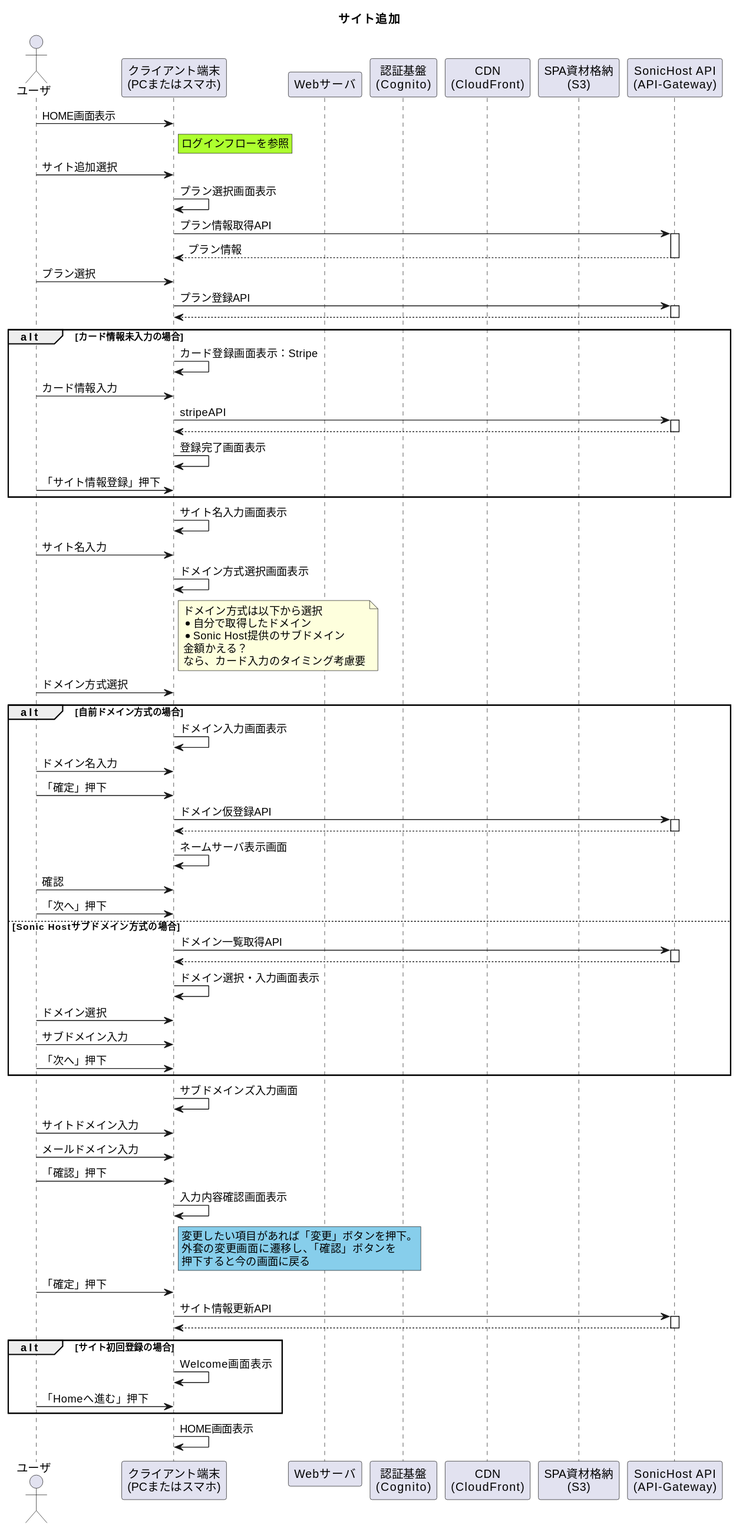
Above: 01_Sequences/04_SiteRegistration/01_AddSite/addSiteFlow.svg in Sonic-Host/documents (PlantUML), before the change.
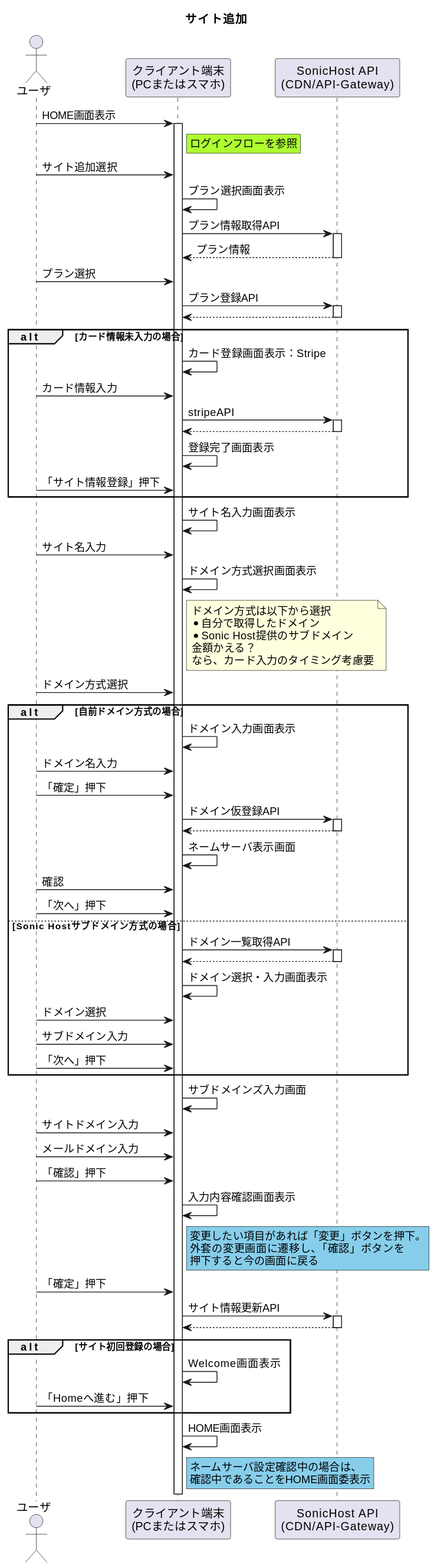
The same diagram one commit later.

Diff of the diagram source:
```diff
@@ -3,14 +3,10 @@
 
 actor "ユーザ" as user
 participant "クライアント端末\n(PCまたはスマホ)" as device
-participant "Webサーバ" as site
-participant "認証基盤\n(Cognito)" as cognito
-participant "CDN\n(CloudFront)" as cdn
-participant "SPA資材格納\n(S3)" as spa
-participant "SonicHost API\n(API-Gateway)" as api
+participant "SonicHost API\n(CDN/API-Gateway)" as api
 
 
-user -> device : HOME画面表示
+user -> device ++: HOME画面表示
 rnote right of device #GreenYellow
     ログインフローを参照
 end note
@@ -76,4 +72,8 @@
     user -> device : 「Homeへ進む」押下
 end
 device -> device : HOME画面表示
+rnote right of device #SkyBlue
+    ネームサーバ設定確認中の場合は、
+    確認中であることをHOME画面委表示
+end note
 @enduml
```
